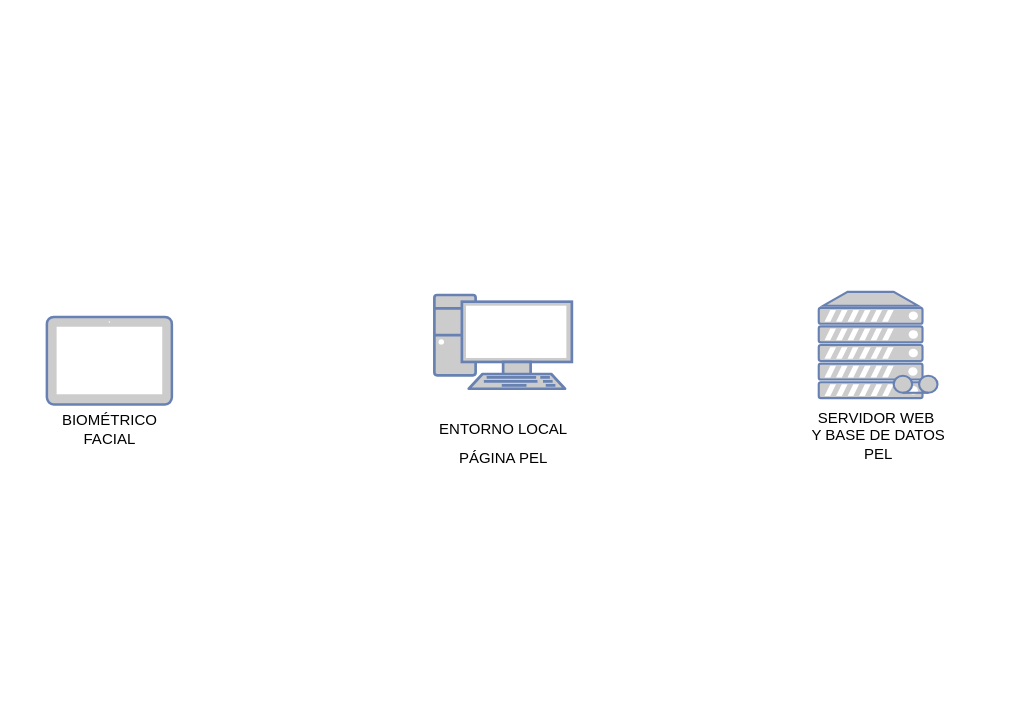
The draw.io diagram biometrico.drawio in SeguridadOmega/diagrams, before the edit. Source tidied: cells renumbered, new cells numbered last; positions are measured from the earlier drawing's top-left corner, leaving out a move shared by most shapes. Both pictures are drawn from the tidied source at 125%, with x=0, y=0 at pixel (46, 279).
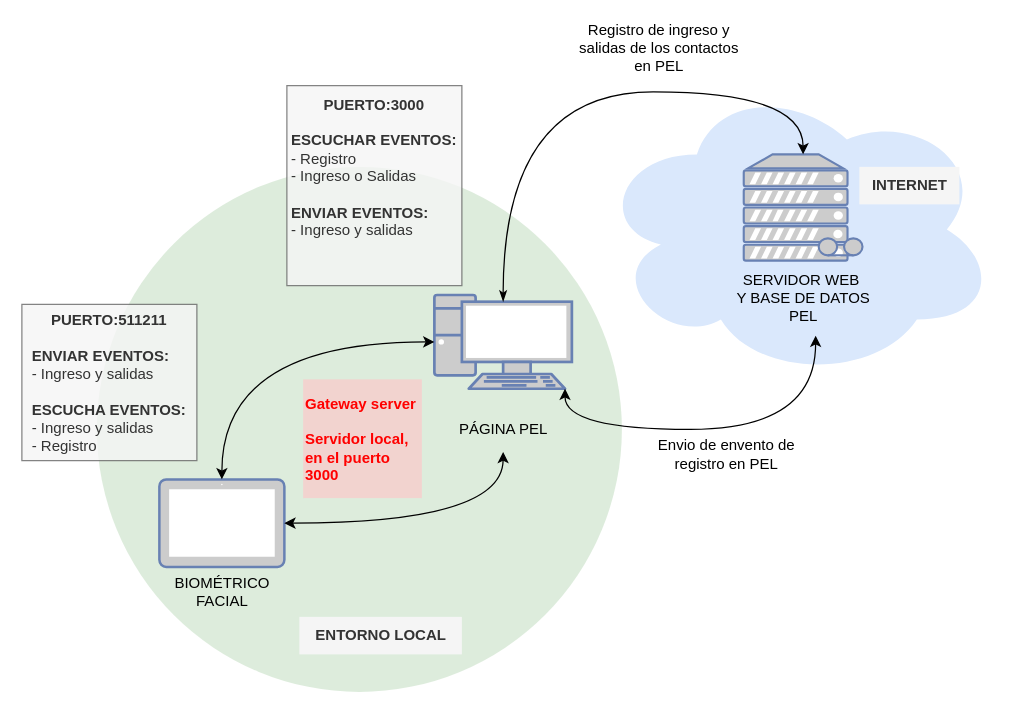
Above is the later version.

The change refers to these unchanged cells:
```xml
<mxCell id="3" style="fontColor=#0066CC;verticalAlign=top;verticalLabelPosition=bottom;labelPosition=center;align=center;html=1;outlineConnect=0;fillColor=#CCCCCC;strokeColor=#6881B3;gradientColor=none;gradientDirection=north;strokeWidth=2;shape=mxgraph.networks.tape_storage;" parent="2" vertex="1">
  <mxGeometry x="17.5" width="95" height="85" as="geometry" />
</mxCell>
<mxCell id="4" value="SERVIDOR WEB&amp;nbsp;&lt;br&gt;Y BASE DE DATOS&lt;br&gt;PEL" style="text;html=1;align=center;verticalAlign=middle;points=[];strokeColor=none;fillColor=none;" parent="2" vertex="1">
  <mxGeometry y="85" width="130" height="60" as="geometry" />
</mxCell>
<mxCell id="6" style="fontColor=#0066CC;verticalAlign=top;verticalLabelPosition=bottom;labelPosition=center;align=center;html=1;outlineConnect=0;fillColor=#CCCCCC;strokeColor=#6881B3;gradientColor=none;gradientDirection=north;strokeWidth=2;shape=mxgraph.networks.pc;" parent="5" vertex="1">
  <mxGeometry x="10" y="12.5" width="110" height="75" as="geometry" />
</mxCell>
<mxCell id="7" style="group;" parent="5" vertex="1">
  <mxGeometry y="105" width="130" height="52.5" as="geometry" />
</mxCell>
<mxCell id="11" style="fontColor=#0066CC;verticalAlign=top;verticalLabelPosition=bottom;labelPosition=center;align=center;html=1;outlineConnect=0;fillColor=#CCCCCC;strokeColor=#6881B3;gradientColor=none;gradientDirection=north;strokeWidth=2;shape=mxgraph.networks.tablet;" parent="10" vertex="1">
  <mxGeometry width="100" height="70" as="geometry" />
</mxCell>
```

What changed in the source:
```diff
@@
+    <mxCell id="13" style="ellipse;whiteSpace=wrap;html=1;strokeColor=none;fillColor=#d5e8d4;opacity=80;" parent="1" vertex="1">
+      <mxGeometry x="40" y="-90" width="420" height="420" as="geometry" />
+    </mxCell>
+    <mxCell id="14" style="ellipse;shape=cloud;whiteSpace=wrap;html=1;fillColor=#dae8fc;strokeColor=none;" parent="1" vertex="1">
+      <mxGeometry x="440" y="-160" width="320" height="240" as="geometry" />
+    </mxCell>
     <mxCell id="2" style="group;" parent="1" vertex="1">
-      <mxGeometry x="600" y="10" width="130" height="145" as="geometry" />
+      <mxGeometry x="540" y="-100" width="130" height="145" as="geometry" />
     </mxCell>
@@
-    <mxCell id="8" value="ENTORNO LOCAL" style="text;html=1;align=center;verticalAlign=middle;points=[];strokeColor=none;fillColor=none;" parent="7" vertex="1">
-      <mxGeometry width="130" height="30" as="geometry" />
+    <mxCell id="8" value="PÁGINA PEL" style="text;html=1;align=center;verticalAlign=middle;points=[];strokeColor=none;fillColor=none;" parent="7" vertex="1">
+      <mxGeometry x="20" width="90" height="30" as="geometry" />
     </mxCell>
-    <mxCell id="9" value="PÁGINA PEL" style="text;html=1;align=center;verticalAlign=middle;strokeColor=none;fillColor=none;" parent="7" vertex="1">
-      <mxGeometry x="20" y="22.5" width="90" height="30" as="geometry" />
-    </mxCell>
     <mxCell id="10" style="group;" parent="1" vertex="1">
-      <mxGeometry y="30" width="100" height="110" as="geometry" />
+      <mxGeometry x="90" y="160" width="100" height="110" as="geometry" />
     </mxCell>
@@
+    <mxCell id="15" style="edgeStyle=orthogonalEdgeStyle;curved=1;rounded=0;jettySize=auto;html=1;exitX=0.5;exitY=0;exitDx=0;exitDy=0;exitPerimeter=0;entryX=0;entryY=0.5;entryDx=0;entryDy=0;entryPerimeter=0;startArrow=classic;startFill=1;" parent="1" edge="1" source="11" target="6">
+      <mxGeometry relative="1" as="geometry" />
+    </mxCell>
+    <mxCell id="16" style="edgeStyle=orthogonalEdgeStyle;curved=1;rounded=0;jettySize=auto;html=1;exitX=1;exitY=0.5;exitDx=0;exitDy=0;exitPerimeter=0;entryX=0.5;entryY=1.1;entryDx=0;entryDy=0;entryPerimeter=0;startArrow=classic;startFill=1;" parent="1" edge="1" source="11" target="8">
+      <mxGeometry relative="1" as="geometry" />
+    </mxCell>
+    <mxCell id="17" style="edgeStyle=orthogonalEdgeStyle;curved=1;rounded=0;jettySize=auto;html=1;exitX=0.5;exitY=0.07;exitDx=0;exitDy=0;exitPerimeter=0;entryX=0.5;entryY=0;entryDx=0;entryDy=0;entryPerimeter=0;startArrow=classicThin;startFill=1;" parent="1" edge="1" source="6" target="3">
+      <mxGeometry relative="1" as="geometry">
+        <Array as="points">
+          <mxPoint x="365" y="-150" />
+          <mxPoint x="605" y="-150" />
+        </Array>
+      </mxGeometry>
+    </mxCell>
+    <mxCell id="18" style="edgeStyle=orthogonalEdgeStyle;curved=1;rounded=0;jettySize=auto;html=1;exitX=0.95;exitY=1;exitDx=0;exitDy=0;exitPerimeter=0;entryX=0.577;entryY=1;entryDx=0;entryDy=0;entryPerimeter=0;startArrow=classic;startFill=1;" parent="1" edge="1" source="6" target="4">
+      <mxGeometry relative="1" as="geometry">
+        <Array as="points">
+          <mxPoint x="415" y="120" />
+          <mxPoint x="615" y="120" />
+        </Array>
+      </mxGeometry>
+    </mxCell>
+    <mxCell id="19" value="ENTORNO LOCAL" style="text;html=1;align=center;verticalAlign=middle;strokeColor=none;fillColor=#f5f5f5;fontStyle=1;fontColor=#333333;" parent="1" vertex="1">
+      <mxGeometry x="202" y="270" width="130" height="30" as="geometry" />
+    </mxCell>
+    <mxCell id="20" value="INTERNET" style="text;html=1;align=center;verticalAlign=middle;strokeColor=none;fillColor=#f5f5f5;fontStyle=1;fontColor=#333333;" parent="1" vertex="1">
+      <mxGeometry x="650" y="-90" width="80" height="30" as="geometry" />
+    </mxCell>
+    <mxCell id="21" value="Registro de ingreso y salidas de los contactos en PEL" style="text;html=1;strokeColor=none;fillColor=none;align=center;verticalAlign=middle;whiteSpace=wrap;rounded=0;opacity=80;" parent="1" vertex="1">
+      <mxGeometry x="420" y="-200" width="140" height="30" as="geometry" />
+    </mxCell>
+    <mxCell id="22" value="PUERTO:3000&lt;br&gt;&lt;br&gt;&lt;div style=&quot;text-align: left;&quot;&gt;&lt;span style=&quot;background-color: initial;&quot;&gt;ESCUCHAR EVENTOS:&lt;/span&gt;&lt;/div&gt;&lt;div style=&quot;text-align: left;&quot;&gt;&lt;span style=&quot;background-color: initial; font-weight: normal;&quot;&gt;- Registro&lt;/span&gt;&lt;/div&gt;&lt;div style=&quot;text-align: left;&quot;&gt;&lt;span style=&quot;background-color: initial; font-weight: normal;&quot;&gt;- Ingreso o Salidas&lt;/span&gt;&lt;/div&gt;&lt;div style=&quot;text-align: left;&quot;&gt;&lt;span style=&quot;background-color: initial; font-weight: normal;&quot;&gt;&lt;br&gt;&lt;/span&gt;&lt;/div&gt;&lt;div style=&quot;text-align: left;&quot;&gt;&lt;div&gt;&lt;span style=&quot;background-color: initial;&quot;&gt;ENVIAR EVENTOS:&lt;/span&gt;&lt;/div&gt;&lt;div&gt;&lt;span style=&quot;background-color: initial; font-weight: normal;&quot;&gt;- Ingreso y salidas&lt;/span&gt;&lt;/div&gt;&lt;/div&gt;&lt;div style=&quot;text-align: left;&quot;&gt;&lt;br&gt;&lt;/div&gt;&lt;div style=&quot;text-align: left;&quot;&gt;&lt;br&gt;&lt;/div&gt;" style="text;html=1;strokeColor=#666666;fillColor=#f5f5f5;align=center;verticalAlign=middle;whiteSpace=wrap;rounded=0;opacity=80;fontColor=#333333;fontStyle=1;" parent="1" vertex="1">
+      <mxGeometry x="192" y="-155" width="140" height="160" as="geometry" />
+    </mxCell>
+    <mxCell id="23" value="PUERTO:511211&lt;br&gt;&lt;br&gt;&lt;div style=&quot;text-align: left;&quot;&gt;&lt;span style=&quot;background-color: initial;&quot;&gt;ENVIAR EVENTOS:&lt;/span&gt;&lt;/div&gt;&lt;div style=&quot;text-align: left;&quot;&gt;&lt;span style=&quot;background-color: initial; font-weight: normal;&quot;&gt;- Ingreso y salidas&lt;/span&gt;&lt;/div&gt;&lt;div style=&quot;text-align: left;&quot;&gt;&lt;br&gt;&lt;/div&gt;&lt;div style=&quot;text-align: left;&quot;&gt;&lt;div&gt;&lt;span style=&quot;background-color: initial;&quot;&gt;ESCUCHA EVENTOS:&lt;/span&gt;&lt;/div&gt;&lt;div&gt;&lt;span style=&quot;background-color: initial; font-weight: normal;&quot;&gt;- Ingreso y salidas&lt;/span&gt;&lt;/div&gt;&lt;div&gt;&lt;span style=&quot;background-color: initial; font-weight: normal;&quot;&gt;- Registro&lt;/span&gt;&lt;/div&gt;&lt;/div&gt;" style="text;html=1;strokeColor=#666666;fillColor=#f5f5f5;align=center;verticalAlign=middle;whiteSpace=wrap;rounded=0;opacity=80;fontColor=#333333;fontStyle=1;" parent="1" vertex="1">
+      <mxGeometry x="-20" y="20" width="140" height="125" as="geometry" />
+    </mxCell>
+    <mxCell id="24" value="Envio de envento de registro en PEL" style="text;html=1;strokeColor=none;fillColor=none;align=center;verticalAlign=middle;whiteSpace=wrap;rounded=0;opacity=80;" parent="1" vertex="1">
+      <mxGeometry x="474" y="125" width="140" height="30" as="geometry" />
+    </mxCell>
+    <mxCell id="25" value="Gateway server&lt;br&gt;&lt;br&gt;Servidor local, en el puerto 3000" style="whiteSpace=wrap;html=1;strokeColor=none;fillColor=#f8cecc;opacity=80;align=left;fontStyle=1;fontColor=#FF0000;" parent="1" vertex="1">
+      <mxGeometry x="205" y="80" width="95" height="95" as="geometry" />
+    </mxCell>
```
